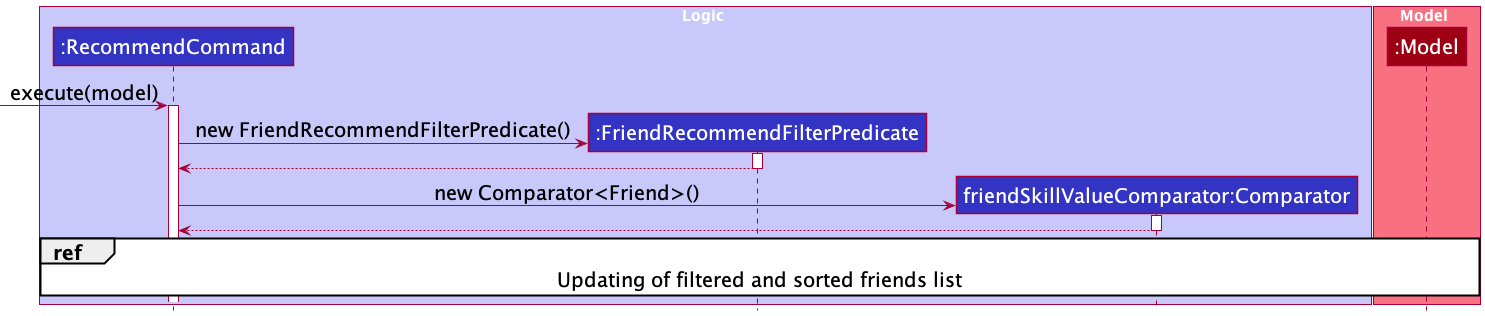
Before: docs/images/RecommendCommandSequenceDiagram1.png, a diagram exported from PlantUML (nus-cs2103-AY2122S1/tp).
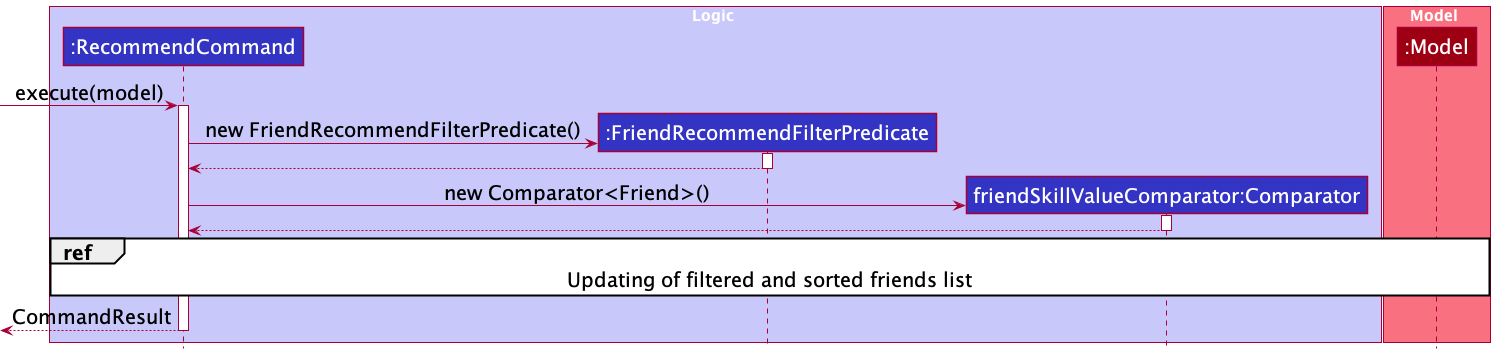
The same diagram one commit later.

Commit message:
Update RecommendCommand to show passing back of control to caller

Diff of the diagram source:
```diff
@@ -31,4 +31,7 @@
 
 ref over RecommendCommand, Model: Updating of filtered and sorted friends list
 
+<-- RecommendCommand: CommandResult
+deactivate RecommendCommand
+
 @enduml
```
